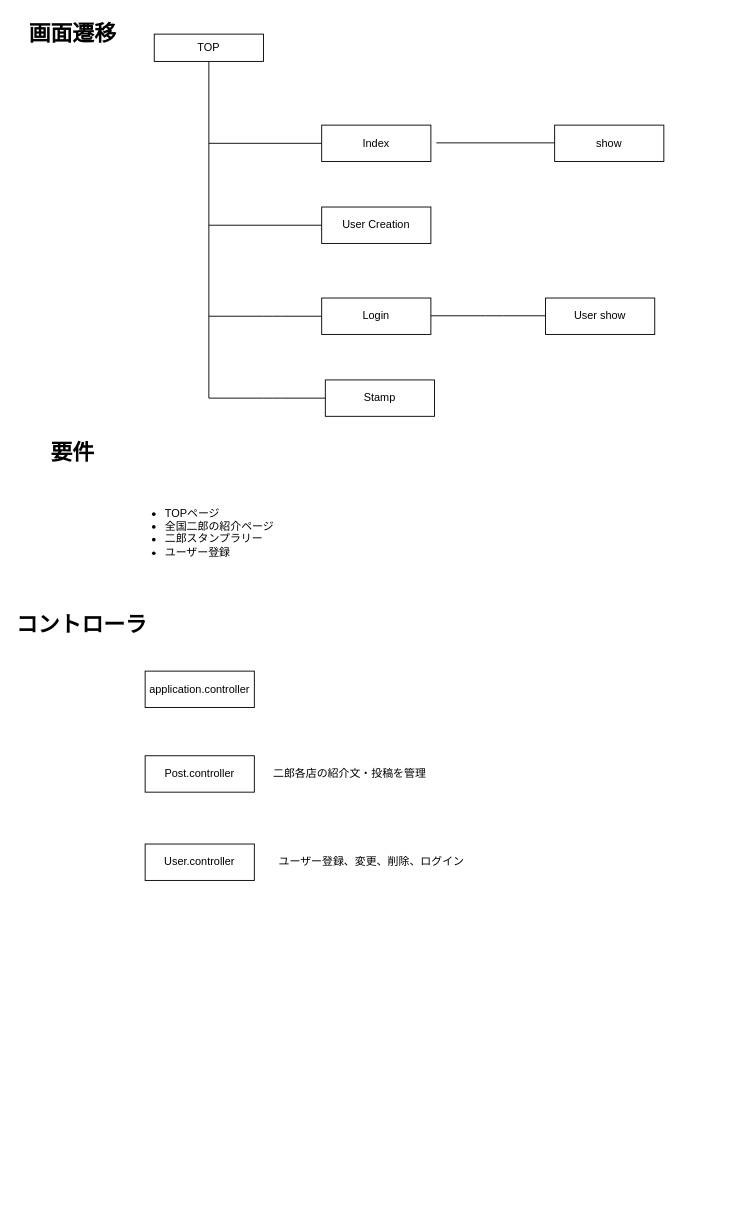
Above: Untitled Diagram.drawio in shuji0222/jiro_portfolio (draw.io), before the change. Source tidied: cells renumbered, new cells numbered last; positions are measured from the earlier drawing's top-left corner, leaving out a move shared by most shapes. Both pictures are drawn from the tidied source at 91%, with x=0, y=0 at pixel (26, 15).
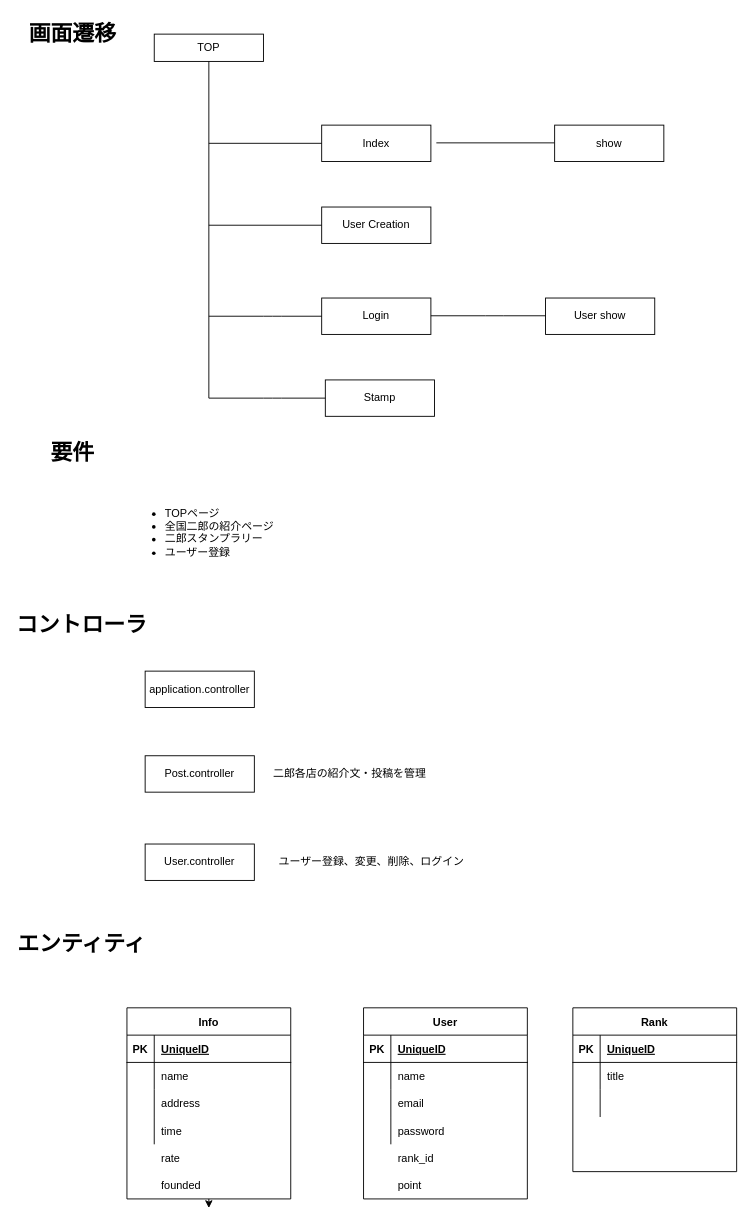
The same diagram, later.

The edit, as a diff of the source:
```diff
@@
+    <mxCell id="25" value="エンティティ" style="text;strokeColor=none;fillColor=none;html=1;fontSize=24;fontStyle=1;verticalAlign=middle;align=center;" parent="1" vertex="1">
+      <mxGeometry x="10" y="1000" width="100" height="40" as="geometry" />
+    </mxCell>
+    <mxCell id="26" style="edgeStyle=orthogonalEdgeStyle;rounded=0;jettySize=auto;html=1;exitX=0.5;exitY=1;exitDx=0;exitDy=0;" parent="1" edge="1" source="27">
+      <mxGeometry relative="1" as="geometry">
+        <mxPoint x="200" y="1310" as="targetPoint" />
+      </mxGeometry>
+    </mxCell>
+    <mxCell id="27" value="Info" style="shape=table;startSize=30;childLayout=tableLayout;rowLines=0;fontStyle=1;align=center;" parent="1" vertex="1">
+      <mxGeometry x="110" y="1090" width="180" height="210" as="geometry" />
+    </mxCell>
+    <mxCell id="28" style="shape=partialRectangle;fillColor=none;top=0;left=0;bottom=1;right=0;" parent="27" vertex="1">
+      <mxGeometry y="30" width="180" height="30" as="geometry" />
+    </mxCell>
+    <mxCell id="29" value="PK" style="shape=partialRectangle;fillColor=none;top=0;left=0;bottom=0;right=0;fontStyle=1;overflow=hidden;" parent="28" vertex="1">
+      <mxGeometry width="30" height="30" as="geometry" />
+    </mxCell>
+    <mxCell id="30" value="UniqueID" style="shape=partialRectangle;fillColor=none;top=0;left=0;bottom=0;right=0;align=left;spacingLeft=6;fontStyle=5;overflow=hidden;" parent="28" vertex="1">
+      <mxGeometry x="30" width="150" height="30" as="geometry" />
+    </mxCell>
+    <mxCell id="31" style="shape=partialRectangle;fillColor=none;top=0;left=0;bottom=0;right=0;" parent="27" vertex="1">
+      <mxGeometry y="60" width="180" height="30" as="geometry" />
+    </mxCell>
+    <mxCell id="32" style="shape=partialRectangle;fillColor=none;top=0;left=0;bottom=0;right=0;overflow=hidden;" parent="31" vertex="1">
+      <mxGeometry width="30" height="30" as="geometry" />
+    </mxCell>
+    <mxCell id="33" value="name" style="shape=partialRectangle;fillColor=none;top=0;left=0;bottom=0;right=0;align=left;spacingLeft=6;overflow=hidden;" parent="31" vertex="1">
+      <mxGeometry x="30" width="150" height="30" as="geometry" />
+    </mxCell>
+    <mxCell id="34" style="shape=partialRectangle;fillColor=none;top=0;left=0;bottom=0;right=0;" parent="27" vertex="1">
+      <mxGeometry y="90" width="180" height="30" as="geometry" />
+    </mxCell>
+    <mxCell id="35" style="shape=partialRectangle;fillColor=none;top=0;left=0;bottom=0;right=0;overflow=hidden;" parent="34" vertex="1">
+      <mxGeometry width="30" height="30" as="geometry" />
+    </mxCell>
+    <mxCell id="36" value="address" style="shape=partialRectangle;fillColor=none;top=0;left=0;bottom=0;right=0;align=left;spacingLeft=6;overflow=hidden;" parent="34" vertex="1">
+      <mxGeometry x="30" width="150" height="30" as="geometry" />
+    </mxCell>
+    <mxCell id="37" style="shape=partialRectangle;fillColor=none;top=0;left=0;bottom=0;right=0;" parent="27" vertex="1">
+      <mxGeometry y="120" width="180" height="30" as="geometry" />
+    </mxCell>
+    <mxCell id="38" style="shape=partialRectangle;fillColor=none;top=0;left=0;bottom=0;right=0;overflow=hidden;" parent="37" vertex="1">
+      <mxGeometry width="30" height="30" as="geometry" />
+    </mxCell>
+    <mxCell id="39" value="time" style="shape=partialRectangle;fillColor=none;top=0;left=0;bottom=0;right=0;align=left;spacingLeft=6;overflow=hidden;" parent="37" vertex="1">
+      <mxGeometry x="30" width="150" height="30" as="geometry" />
+    </mxCell>
+    <mxCell id="40" value="User" style="shape=table;startSize=30;childLayout=tableLayout;rowLines=0;fontStyle=1;align=center;" parent="1" vertex="1">
+      <mxGeometry x="370" y="1090" width="180" height="210" as="geometry" />
+    </mxCell>
+    <mxCell id="41" style="shape=partialRectangle;fillColor=none;top=0;left=0;bottom=1;right=0;" parent="40" vertex="1">
+      <mxGeometry y="30" width="180" height="30" as="geometry" />
+    </mxCell>
+    <mxCell id="42" value="PK" style="shape=partialRectangle;fillColor=none;top=0;left=0;bottom=0;right=0;fontStyle=1;overflow=hidden;" parent="41" vertex="1">
+      <mxGeometry width="30" height="30" as="geometry" />
+    </mxCell>
+    <mxCell id="43" value="UniqueID" style="shape=partialRectangle;fillColor=none;top=0;left=0;bottom=0;right=0;align=left;spacingLeft=6;fontStyle=5;overflow=hidden;" parent="41" vertex="1">
+      <mxGeometry x="30" width="150" height="30" as="geometry" />
+    </mxCell>
+    <mxCell id="44" style="shape=partialRectangle;fillColor=none;top=0;left=0;bottom=0;right=0;" parent="40" vertex="1">
+      <mxGeometry y="60" width="180" height="30" as="geometry" />
+    </mxCell>
+    <mxCell id="45" style="shape=partialRectangle;fillColor=none;top=0;left=0;bottom=0;right=0;overflow=hidden;" parent="44" vertex="1">
+      <mxGeometry width="30" height="30" as="geometry" />
+    </mxCell>
+    <mxCell id="46" value="name" style="shape=partialRectangle;fillColor=none;top=0;left=0;bottom=0;right=0;align=left;spacingLeft=6;overflow=hidden;" parent="44" vertex="1">
+      <mxGeometry x="30" width="150" height="30" as="geometry" />
+    </mxCell>
+    <mxCell id="47" style="shape=partialRectangle;fillColor=none;top=0;left=0;bottom=0;right=0;" parent="40" vertex="1">
+      <mxGeometry y="90" width="180" height="30" as="geometry" />
+    </mxCell>
+    <mxCell id="48" style="shape=partialRectangle;fillColor=none;top=0;left=0;bottom=0;right=0;overflow=hidden;" parent="47" vertex="1">
+      <mxGeometry width="30" height="30" as="geometry" />
+    </mxCell>
+    <mxCell id="49" value="email" style="shape=partialRectangle;fillColor=none;top=0;left=0;bottom=0;right=0;align=left;spacingLeft=6;overflow=hidden;" parent="47" vertex="1">
+      <mxGeometry x="30" width="150" height="30" as="geometry" />
+    </mxCell>
+    <mxCell id="50" style="shape=partialRectangle;fillColor=none;top=0;left=0;bottom=0;right=0;" parent="40" vertex="1">
+      <mxGeometry y="120" width="180" height="30" as="geometry" />
+    </mxCell>
+    <mxCell id="51" style="shape=partialRectangle;fillColor=none;top=0;left=0;bottom=0;right=0;overflow=hidden;" parent="50" vertex="1">
+      <mxGeometry width="30" height="30" as="geometry" />
+    </mxCell>
+    <mxCell id="52" value="password" style="shape=partialRectangle;fillColor=none;top=0;left=0;bottom=0;right=0;align=left;spacingLeft=6;overflow=hidden;" parent="50" vertex="1">
+      <mxGeometry x="30" width="150" height="30" as="geometry" />
+    </mxCell>
+    <mxCell id="53" style="shape=partialRectangle;fillColor=none;top=0;left=0;bottom=0;right=0;" parent="1" vertex="1">
+      <mxGeometry x="110" y="1240" width="180" height="30" as="geometry" />
+    </mxCell>
+    <mxCell id="54" style="shape=partialRectangle;fillColor=none;top=0;left=0;bottom=0;right=0;overflow=hidden;" parent="53" vertex="1">
+      <mxGeometry width="30" height="30" as="geometry" />
+    </mxCell>
+    <mxCell id="55" value="rate" style="shape=partialRectangle;fillColor=none;top=0;left=0;bottom=0;right=0;align=left;spacingLeft=6;overflow=hidden;" parent="53" vertex="1">
+      <mxGeometry x="30" width="150" height="30" as="geometry" />
+    </mxCell>
+    <mxCell id="56" value="founded" style="shape=partialRectangle;fillColor=none;top=0;left=0;bottom=0;right=0;align=left;spacingLeft=6;overflow=hidden;" parent="1" vertex="1">
+      <mxGeometry x="140" y="1270" width="150" height="30" as="geometry" />
+    </mxCell>
+    <mxCell id="57" value="rank_id" style="shape=partialRectangle;fillColor=none;top=0;left=0;bottom=0;right=0;align=left;spacingLeft=6;overflow=hidden;" parent="1" vertex="1">
+      <mxGeometry x="400" y="1240" width="150" height="30" as="geometry" />
+    </mxCell>
+    <mxCell id="58" value="Rank" style="shape=table;startSize=30;childLayout=tableLayout;rowLines=0;fontStyle=1;align=center;" parent="1" vertex="1">
+      <mxGeometry x="600" y="1090" width="180" height="180" as="geometry" />
+    </mxCell>
+    <mxCell id="59" style="shape=partialRectangle;fillColor=none;top=0;left=0;bottom=1;right=0;" parent="58" vertex="1">
+      <mxGeometry y="30" width="180" height="30" as="geometry" />
+    </mxCell>
+    <mxCell id="60" value="PK" style="shape=partialRectangle;fillColor=none;top=0;left=0;bottom=0;right=0;fontStyle=1;overflow=hidden;" parent="59" vertex="1">
+      <mxGeometry width="30" height="30" as="geometry" />
+    </mxCell>
+    <mxCell id="61" value="UniqueID" style="shape=partialRectangle;fillColor=none;top=0;left=0;bottom=0;right=0;align=left;spacingLeft=6;fontStyle=5;overflow=hidden;" parent="59" vertex="1">
+      <mxGeometry x="30" width="150" height="30" as="geometry" />
+    </mxCell>
+    <mxCell id="62" style="shape=partialRectangle;fillColor=none;top=0;left=0;bottom=0;right=0;" parent="58" vertex="1">
+      <mxGeometry y="60" width="180" height="30" as="geometry" />
+    </mxCell>
+    <mxCell id="63" style="shape=partialRectangle;fillColor=none;top=0;left=0;bottom=0;right=0;overflow=hidden;" parent="62" vertex="1">
+      <mxGeometry width="30" height="30" as="geometry" />
+    </mxCell>
+    <mxCell id="64" value="title" style="shape=partialRectangle;fillColor=none;top=0;left=0;bottom=0;right=0;align=left;spacingLeft=6;overflow=hidden;" parent="62" vertex="1">
+      <mxGeometry x="30" width="150" height="30" as="geometry" />
+    </mxCell>
+    <mxCell id="65" style="shape=partialRectangle;fillColor=none;top=0;left=0;bottom=0;right=0;" parent="58" vertex="1">
+      <mxGeometry y="90" width="180" height="30" as="geometry" />
+    </mxCell>
+    <mxCell id="66" style="shape=partialRectangle;fillColor=none;top=0;left=0;bottom=0;right=0;overflow=hidden;" parent="65" vertex="1">
+      <mxGeometry width="30" height="30" as="geometry" />
+    </mxCell>
+    <mxCell id="67" style="shape=partialRectangle;fillColor=none;top=0;left=0;bottom=0;right=0;align=left;spacingLeft=6;overflow=hidden;" parent="65" vertex="1">
+      <mxGeometry x="30" width="150" height="30" as="geometry" />
+    </mxCell>
+    <mxCell id="68" value="point" style="shape=partialRectangle;fillColor=none;top=0;left=0;bottom=0;right=0;align=left;spacingLeft=6;overflow=hidden;" parent="1" vertex="1">
+      <mxGeometry x="400" y="1270" width="150" height="30" as="geometry" />
+    </mxCell>
```
